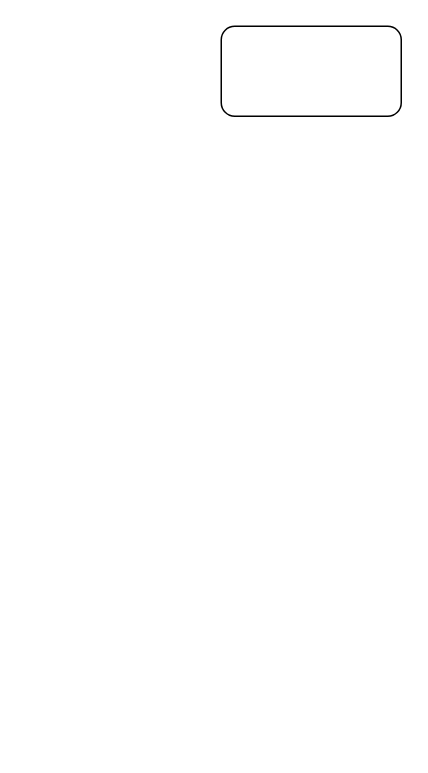
This is 体系结构图.drawio from zs949/chart, a draw.io file, before an edit. Source tidied: cells renumbered, new cells numbered last; positions are measured from the earlier drawing's top-left corner, leaving out a move shared by most shapes. Both pictures are drawn from the tidied source at 150%, with x=0, y=0 at pixel (220, 26).
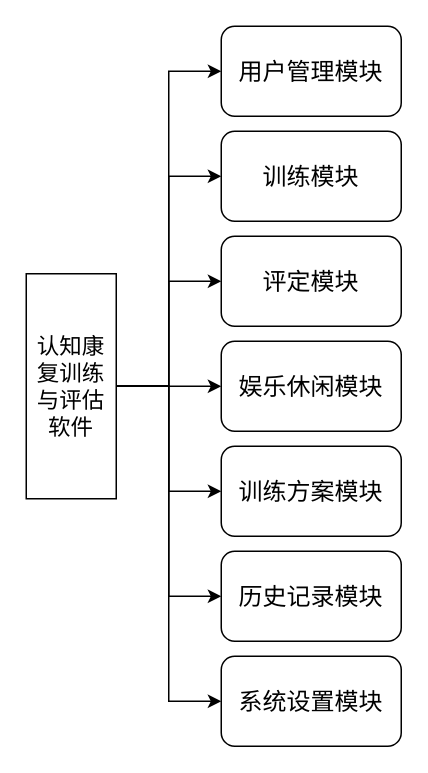
After the change.

Commit message (it also covers changes not shown here):
Update 体系结构图.drawio

What changed in the source:
```diff
@@
 <mxGraphModel>
   <root>
     <mxCell id="0" />
     <mxCell id="1" parent="0" />
-    <mxCell id="2" style="rounded=1;whiteSpace=wrap;html=1;" parent="1" vertex="1">
+    <mxCell id="2" value="&lt;p class=&quot;MsoNormal&quot;&gt;&lt;span style=&quot;font-size: 12.0000pt&quot;&gt;&lt;font face=&quot;宋体&quot;&gt;用户管理模块&lt;/font&gt;&lt;/span&gt;&lt;/p&gt;" style="rounded=1;whiteSpace=wrap;html=1;" parent="1" vertex="1">
       <mxGeometry width="120" height="60" as="geometry" />
     </mxCell>
+    <mxCell id="3" style="edgeStyle=orthogonalEdgeStyle;rounded=0;jettySize=auto;html=1;exitX=1;exitY=0.5;exitDx=0;exitDy=0;entryX=0;entryY=0.5;entryDx=0;entryDy=0;fontSize=15;" parent="1" edge="1" source="16" target="4">
+      <mxGeometry relative="1" as="geometry" />
+    </mxCell>
+    <mxCell id="4" value="&lt;p class=&quot;MsoNormal&quot;&gt;&lt;span style=&quot;font-size: 12.0000pt&quot;&gt;&lt;font face=&quot;宋体&quot;&gt;训练模块&lt;/font&gt;&lt;/span&gt;&lt;/p&gt;" style="rounded=1;whiteSpace=wrap;html=1;" parent="1" vertex="1">
+      <mxGeometry y="70" width="120" height="60" as="geometry" />
+    </mxCell>
+    <mxCell id="5" style="edgeStyle=orthogonalEdgeStyle;rounded=0;jettySize=auto;html=1;exitX=1;exitY=0.5;exitDx=0;exitDy=0;entryX=0;entryY=0.5;entryDx=0;entryDy=0;fontSize=15;" parent="1" edge="1" source="16" target="6">
+      <mxGeometry relative="1" as="geometry" />
+    </mxCell>
+    <mxCell id="6" value="&lt;p class=&quot;MsoNormal&quot;&gt;&lt;span style=&quot;font-size: 12.0000pt&quot;&gt;&lt;font face=&quot;宋体&quot;&gt;评&lt;/font&gt;&lt;/span&gt;&lt;span style=&quot;font-size: 12.0000pt&quot;&gt;&lt;font face=&quot;宋体&quot;&gt;定&lt;/font&gt;&lt;/span&gt;&lt;span style=&quot;font-size: 12.0000pt&quot;&gt;&lt;font face=&quot;宋体&quot;&gt;模块&lt;/font&gt;&lt;/span&gt;&lt;/p&gt;" style="rounded=1;whiteSpace=wrap;html=1;" parent="1" vertex="1">
+      <mxGeometry y="140" width="120" height="60" as="geometry" />
+    </mxCell>
+    <mxCell id="7" value="&lt;p class=&quot;MsoNormal&quot;&gt;&lt;span style=&quot;font-size: 12.0000pt&quot;&gt;&lt;font face=&quot;宋体&quot;&gt;娱乐休闲模块&lt;/font&gt;&lt;/span&gt;&lt;/p&gt;" style="rounded=1;whiteSpace=wrap;html=1;" parent="1" vertex="1">
+      <mxGeometry y="210" width="120" height="60" as="geometry" />
+    </mxCell>
+    <mxCell id="8" style="edgeStyle=orthogonalEdgeStyle;rounded=0;jettySize=auto;html=1;exitX=1;exitY=0.5;exitDx=0;exitDy=0;entryX=0;entryY=0.5;entryDx=0;entryDy=0;fontSize=15;" parent="1" edge="1" source="16" target="9">
+      <mxGeometry relative="1" as="geometry" />
+    </mxCell>
+    <mxCell id="9" value="&lt;p class=&quot;MsoNormal&quot;&gt;&lt;span style=&quot;font-size: 12.0000pt&quot;&gt;&lt;font face=&quot;宋体&quot;&gt;训练&lt;/font&gt;&lt;/span&gt;&lt;span style=&quot;font-size: 12.0000pt&quot;&gt;&lt;font face=&quot;宋体&quot;&gt;方案模块&lt;/font&gt;&lt;/span&gt;&lt;/p&gt;" style="rounded=1;whiteSpace=wrap;html=1;" parent="1" vertex="1">
+      <mxGeometry y="280" width="120" height="60" as="geometry" />
+    </mxCell>
+    <mxCell id="10" value="&lt;p class=&quot;MsoNormal&quot;&gt;&lt;span style=&quot;font-size: 12.0000pt&quot;&gt;&lt;font face=&quot;宋体&quot;&gt;历史记录&lt;/font&gt;&lt;/span&gt;&lt;span style=&quot;font-size: 12.0000pt&quot;&gt;&lt;font face=&quot;宋体&quot;&gt;模块&lt;/font&gt;&lt;/span&gt;&lt;/p&gt;" style="rounded=1;whiteSpace=wrap;html=1;" parent="1" vertex="1">
+      <mxGeometry y="350" width="120" height="60" as="geometry" />
+    </mxCell>
+    <mxCell id="11" value="&lt;p class=&quot;MsoNormal&quot;&gt;&lt;span style=&quot;font-size: 12.0000pt&quot;&gt;&lt;font face=&quot;宋体&quot;&gt;系统&lt;/font&gt;&lt;/span&gt;&lt;span style=&quot;font-size: 12.0000pt&quot;&gt;&lt;font face=&quot;宋体&quot;&gt;设置模块&lt;/font&gt;&lt;/span&gt;&lt;/p&gt;" style="rounded=1;whiteSpace=wrap;html=1;" parent="1" vertex="1">
+      <mxGeometry y="420" width="120" height="60" as="geometry" />
+    </mxCell>
+    <mxCell id="12" style="edgeStyle=orthogonalEdgeStyle;rounded=0;jettySize=auto;html=1;entryX=0;entryY=0.5;entryDx=0;entryDy=0;fontSize=15;" parent="1" edge="1" source="16" target="2">
+      <mxGeometry relative="1" as="geometry" />
+    </mxCell>
+    <mxCell id="13" style="edgeStyle=orthogonalEdgeStyle;rounded=0;jettySize=auto;html=1;entryX=0;entryY=0.5;entryDx=0;entryDy=0;fontSize=15;" parent="1" edge="1" source="16" target="10">
+      <mxGeometry relative="1" as="geometry" />
+    </mxCell>
+    <mxCell id="14" style="edgeStyle=orthogonalEdgeStyle;rounded=0;jettySize=auto;html=1;entryX=0;entryY=0.5;entryDx=0;entryDy=0;fontSize=15;" parent="1" edge="1" source="16" target="11">
+      <mxGeometry relative="1" as="geometry" />
+    </mxCell>
+    <mxCell id="15" style="edgeStyle=orthogonalEdgeStyle;rounded=0;jettySize=auto;html=1;entryX=0;entryY=0.5;entryDx=0;entryDy=0;fontSize=15;" parent="1" edge="1" source="16" target="7">
+      <mxGeometry relative="1" as="geometry" />
+    </mxCell>
+    <mxCell id="16" value="认知康复训练与评估软件" style="rounded=0;html=1;align=center;horizontal=1;labelPosition=center;verticalLabelPosition=middle;verticalAlign=middle;whiteSpace=wrap;fontSize=15;" parent="1" vertex="1">
+      <mxGeometry x="-130" y="165" width="60" height="150" as="geometry" />
+    </mxCell>
   </root>
 </mxGraphModel>
```
